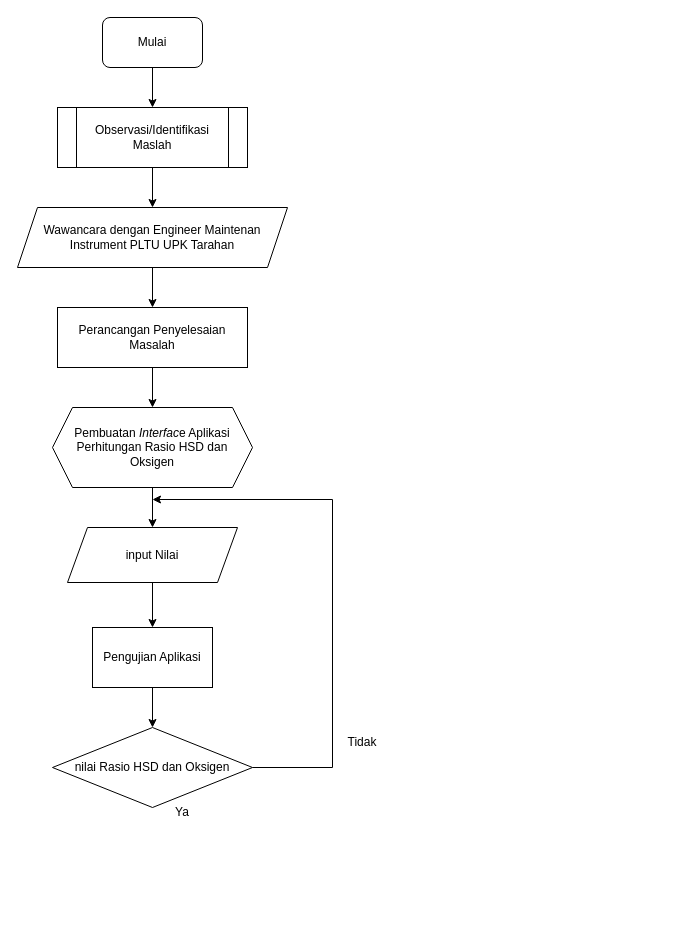
The draw.io diagram Untitled Diagram.drawio in joeinus134131/OnlineDiagramProject, before the edit. Source tidied: cells renumbered, new cells numbered last; positions are measured from the earlier drawing's top-left corner, leaving out a move shared by most shapes. Both pictures are drawn from the tidied source at 100%, with x=0, y=0 at pixel (17, 17).
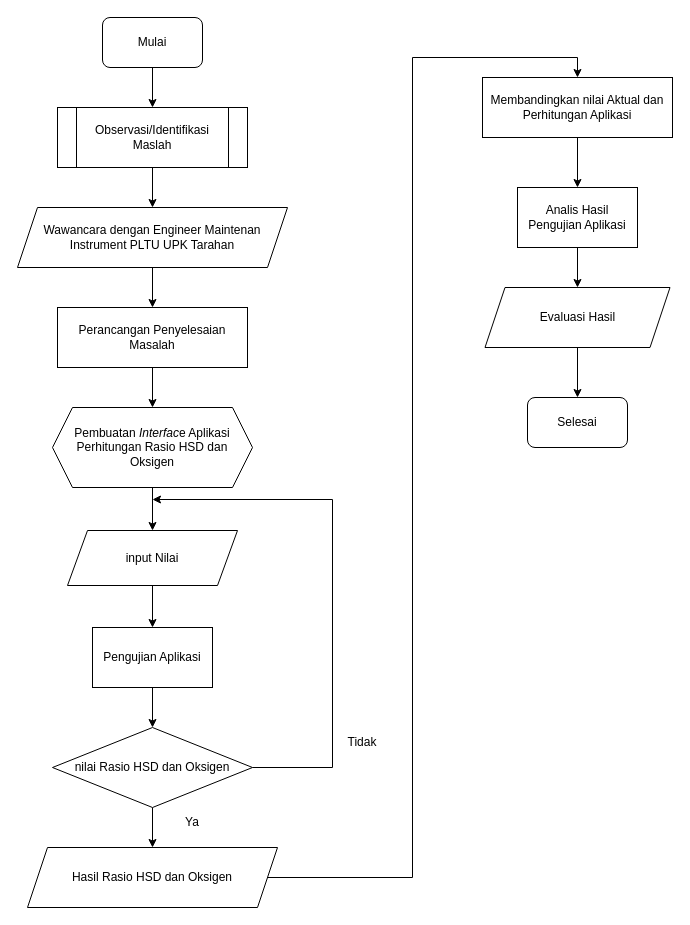
After the change.

The change refers to these unchanged cells:
```xml
<mxCell id="15" value="nilai Rasio HSD dan Oksigen" style="rhombus;whiteSpace=wrap;html=1;" parent="1" vertex="1">
  <mxGeometry x="35" y="710" width="200" height="80" as="geometry" />
</mxCell>
```

The edit, as a diff of the source:
```diff
@@
+    <mxCell id="20" style="edgeStyle=orthogonalEdgeStyle;rounded=0;jettySize=auto;html=1;entryX=0.5;entryY=0;entryDx=0;entryDy=0;exitX=1;exitY=0.5;exitDx=0;exitDy=0;" parent="1" edge="1" source="26" target="23">
+      <mxGeometry relative="1" as="geometry">
+        <Array as="points">
+          <mxPoint x="395" y="860" />
+          <mxPoint x="395" y="40" />
+          <mxPoint x="560" y="40" />
+        </Array>
+      </mxGeometry>
+    </mxCell>
+    <mxCell id="21" style="edgeStyle=orthogonalEdgeStyle;rounded=0;jettySize=auto;html=1;" parent="1" edge="1" source="15" target="26">
+      <mxGeometry relative="1" as="geometry" />
+    </mxCell>
@@
     <mxCell id="17" value="input Nilai" style="shape=parallelogram;perimeter=parallelogramPerimeter;whiteSpace=wrap;html=1;fixedSize=1;" parent="1" vertex="1">
-      <mxGeometry x="50" y="510" width="170" height="55" as="geometry" />
+      <mxGeometry x="50" y="513" width="170" height="55" as="geometry" />
     </mxCell>
@@
     <mxCell id="19" value="Ya" style="text;html=1;strokeColor=none;fillColor=none;align=center;verticalAlign=middle;whiteSpace=wrap;rounded=0;" parent="1" vertex="1">
-      <mxGeometry x="135" y="780" width="60" height="30" as="geometry" />
+      <mxGeometry x="145" y="790" width="60" height="30" as="geometry" />
     </mxCell>
+    <mxCell id="22" style="edgeStyle=orthogonalEdgeStyle;rounded=0;jettySize=auto;html=1;" parent="1" edge="1" source="23" target="25">
+      <mxGeometry relative="1" as="geometry" />
+    </mxCell>
+    <mxCell id="23" value="Membandingkan nilai Aktual dan Perhitungan Aplikasi" style="rounded=0;whiteSpace=wrap;html=1;" parent="1" vertex="1">
+      <mxGeometry x="465" y="60" width="190" height="60" as="geometry" />
+    </mxCell>
+    <mxCell id="24" style="edgeStyle=orthogonalEdgeStyle;rounded=0;jettySize=auto;html=1;" parent="1" edge="1" source="25" target="29">
+      <mxGeometry relative="1" as="geometry" />
+    </mxCell>
+    <mxCell id="25" value="Analis Hasil Pengujian Aplikasi" style="rounded=0;whiteSpace=wrap;html=1;" parent="1" vertex="1">
+      <mxGeometry x="500" y="170" width="120" height="60" as="geometry" />
+    </mxCell>
+    <mxCell id="26" value="Hasil Rasio HSD dan Oksigen" style="shape=parallelogram;perimeter=parallelogramPerimeter;whiteSpace=wrap;html=1;fixedSize=1;" parent="1" vertex="1">
+      <mxGeometry x="10" y="830" width="250" height="60" as="geometry" />
+    </mxCell>
+    <mxCell id="27" value="Selesai" style="rounded=1;whiteSpace=wrap;html=1;" parent="1" vertex="1">
+      <mxGeometry x="510" y="380" width="100" height="50" as="geometry" />
+    </mxCell>
+    <mxCell id="28" style="edgeStyle=orthogonalEdgeStyle;rounded=0;jettySize=auto;html=1;" parent="1" edge="1" source="29" target="27">
+      <mxGeometry relative="1" as="geometry" />
+    </mxCell>
+    <mxCell id="29" value="Evaluasi Hasil" style="shape=parallelogram;perimeter=parallelogramPerimeter;whiteSpace=wrap;html=1;fixedSize=1;" parent="1" vertex="1">
+      <mxGeometry x="467.5" y="270" width="185" height="60" as="geometry" />
+    </mxCell>
```
